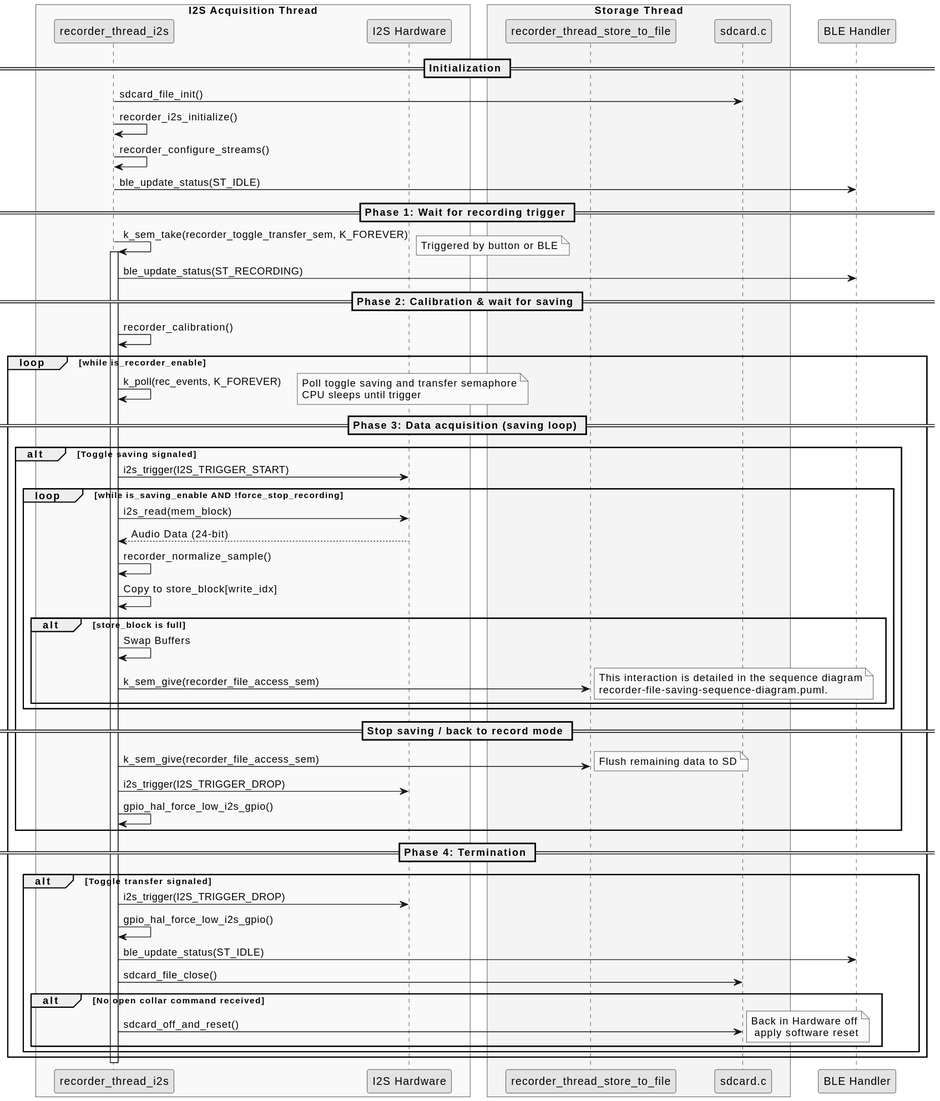
This is 03-Software/nrf-monkey-main/uml/out/uml/recorder/recorder-sequence-diagram.svg from DrinkDark/Master_TM_DataCollar, a PlantUML export, as it was before one commit. Source of this version:
```plantuml
@startuml
skinparam Monochrome true
skinparam ParticipantPadding 20
skinparam BoxPadding 10

box "I2S Acquisition Thread" #F9F9F9
participant "recorder_thread_i2s" as I2S
participant "I2S Hardware" as HW
end box

box "Storage Thread" #F4F4F4
participant "recorder_thread_store_to_file" as Store
participant "sdcard.c" as SD
end box

participant "BLE Handler" as BLE

== Initialization ==

I2S -> SD : sdcard_file_init()
I2S -> I2S : recorder_i2s_initialize()
I2S -> I2S : recorder_configure_streams()
I2S -> BLE : ble_update_status(ST_IDLE)

== Phase 1: Wait for recording trigger ==

I2S -> I2S : k_sem_take(recorder_toggle_transfer_sem, K_FOREVER)
note right: Triggered by button or BLE
activate I2S
I2S -> BLE : ble_update_status(ST_RECORDING)

== Phase 2: Calibration & wait for saving ==

I2S -> I2S : recorder_calibration()

loop while is_recorder_enable
    I2S -> I2S : k_poll(rec_events, K_FOREVER)
    note right: Poll toggle saving and transfer semaphore\nCPU sleeps until trigger

    == Phase 3: Data acquisition (saving loop) ==
    alt Toggle saving signaled
        I2S -> HW : i2s_trigger(I2S_TRIGGER_START)

        loop while is_saving_enable AND !force_stop_recording
            I2S -> HW : i2s_read(mem_block)
            HW --> I2S : Audio Data (24-bit)

            I2S -> I2S : recorder_normalize_sample()
            I2S -> I2S : Copy to store_block[write_idx]

            alt store_block is full
                I2S -> I2S : Swap Buffers
                I2S -> Store : k_sem_give(recorder_file_access_sem)
                note right: This interaction is detailed in the sequence diagram\nrecorder-file-saving-sequence-diagram.puml.
            end
        end

        == Stop saving / back to record mode ==
        I2S -> Store : k_sem_give(recorder_file_access_sem)
        note right: Flush remaining data to SD
        I2S -> HW : i2s_trigger(I2S_TRIGGER_DROP)
        I2S -> I2S : gpio_hal_force_low_i2s_gpio()

    end

== Phase 4: Termination ==
    alt Toggle transfer signaled
        I2S -> HW : i2s_trigger(I2S_TRIGGER_DROP)
        I2S -> I2S : gpio_hal_force_low_i2s_gpio()
        I2S -> BLE : ble_update_status(ST_IDLE)
        I2S -> SD : sdcard_file_close()
        alt No open collar command received
            I2S -> SD : sdcard_off_and_reset()
            note right: Back in Hardware off\n apply software reset
        end
    end
end
deactivate I2S
@enduml
```
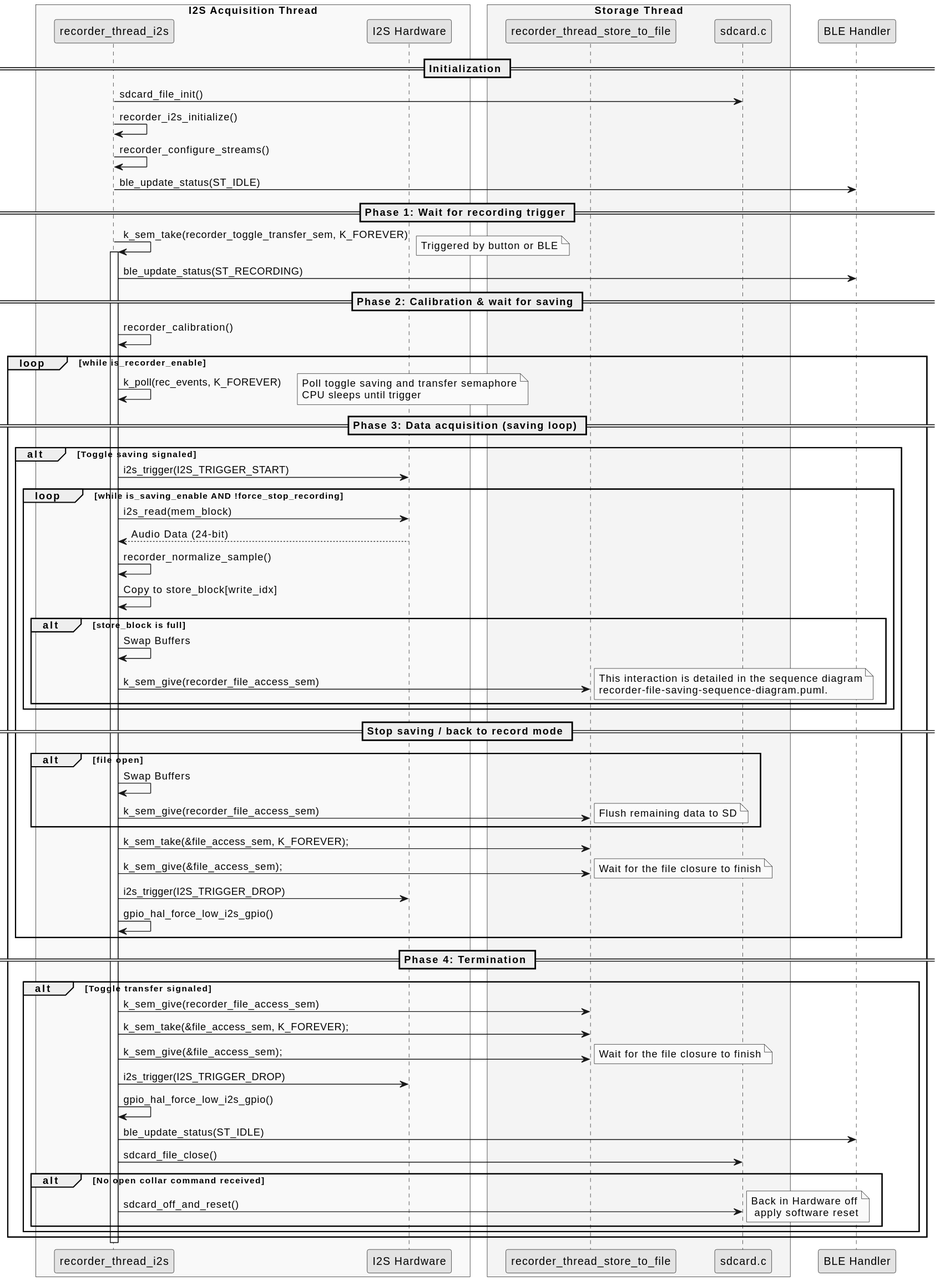
The same file after the commit.

Diff of the diagram source:
```diff
@@ -56,8 +56,15 @@
         end
 
         == Stop saving / back to record mode ==
-        I2S -> Store : k_sem_give(recorder_file_access_sem)
-        note right: Flush remaining data to SD
+        alt file open
+            I2S -> I2S : Swap Buffers
+            I2S -> Store : k_sem_give(recorder_file_access_sem)
+            note right: Flush remaining data to SD
+        end
+
+        I2S -> Store : k_sem_take(&file_access_sem, K_FOREVER);
+        I2S -> Store : k_sem_give(&file_access_sem);
+        note right: Wait for the file closure to finish
         I2S -> HW : i2s_trigger(I2S_TRIGGER_DROP)
         I2S -> I2S : gpio_hal_force_low_i2s_gpio()
 
@@ -65,6 +72,11 @@
 
 == Phase 4: Termination ==
     alt Toggle transfer signaled
+        I2S -> Store : k_sem_give(recorder_file_access_sem)
+        I2S -> Store : k_sem_take(&file_access_sem, K_FOREVER);
+        I2S -> Store : k_sem_give(&file_access_sem);
+        note right: Wait for the file closure to finish
+
         I2S -> HW : i2s_trigger(I2S_TRIGGER_DROP)
         I2S -> I2S : gpio_hal_force_low_i2s_gpio()
         I2S -> BLE : ble_update_status(ST_IDLE)
```
